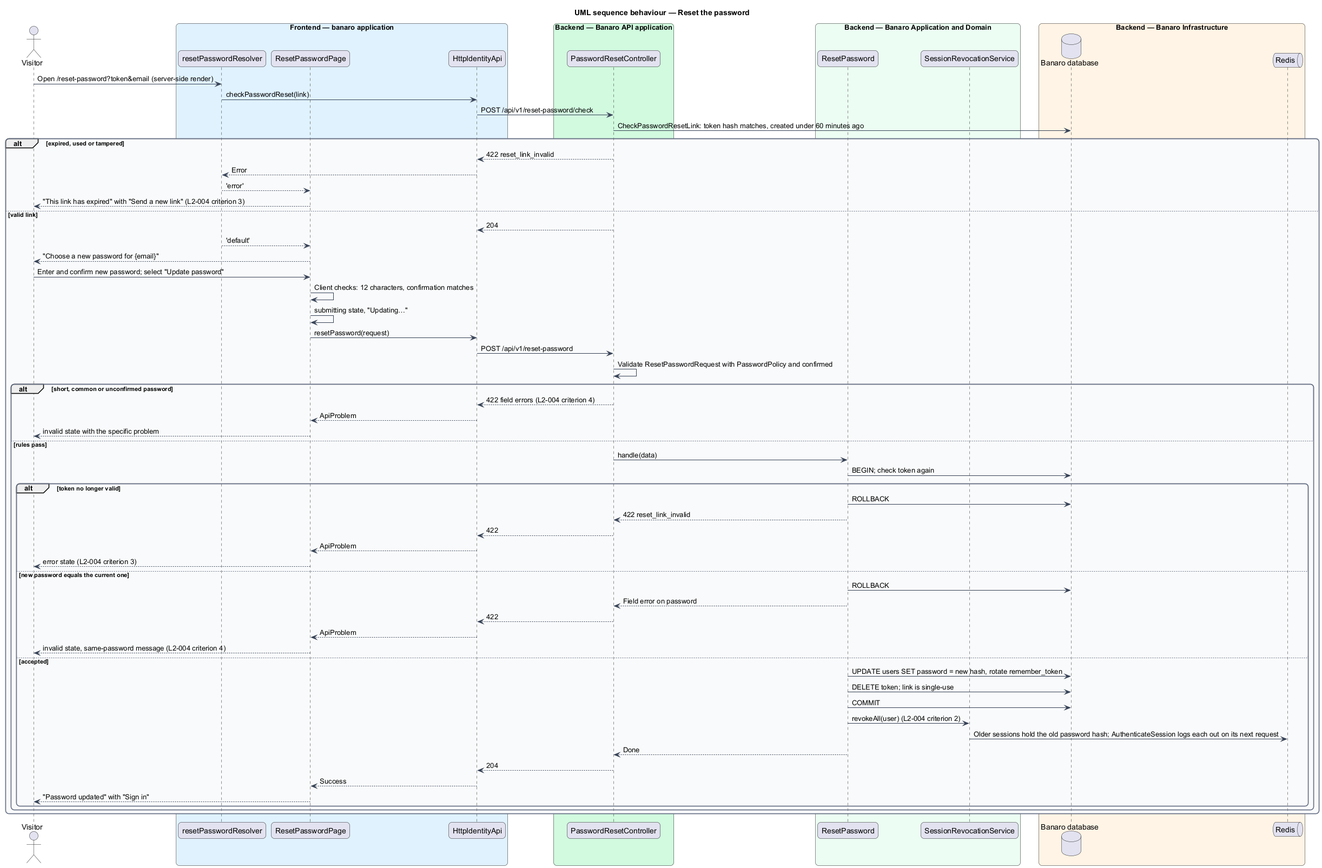
QuinntyneBrown/banaro keeps this PlantUML diagram as docs/detailed-designs/identity/recover-password/diagrams/sequence-reset-password.png. Above is the earlier version.
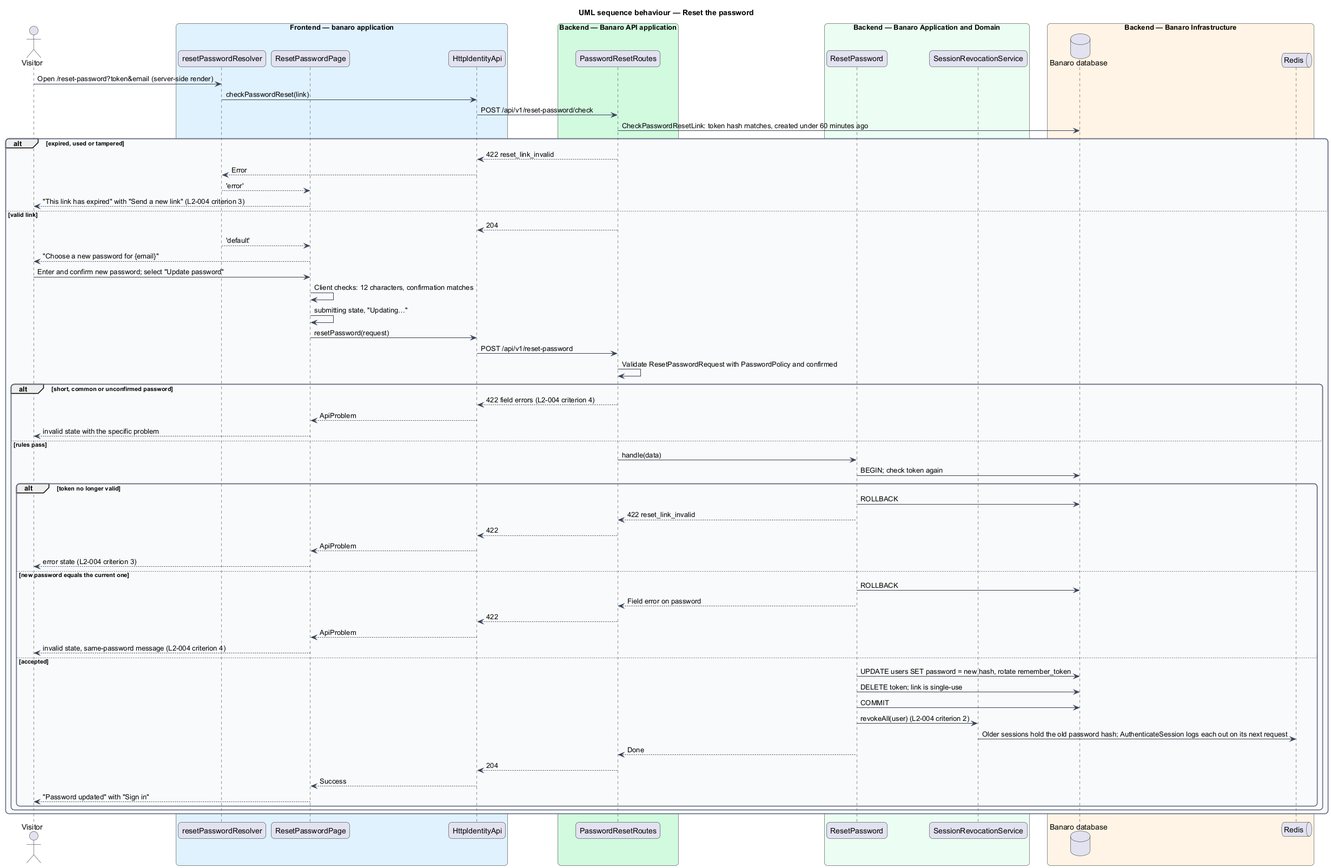
The same file after the commit.

Diff of the diagram source:
```diff
@@ -21,7 +21,7 @@
   participant "HttpIdentityApi" as client
 end box
 box "Backend — Banaro API application" #D1FADF
-  participant "PasswordResetController" as controller
+  participant "PasswordResetRoutes" as controller
 end box
 box "Backend — Banaro Application and Domain" #ECFDF3
   participant "ResetPassword" as action
```
